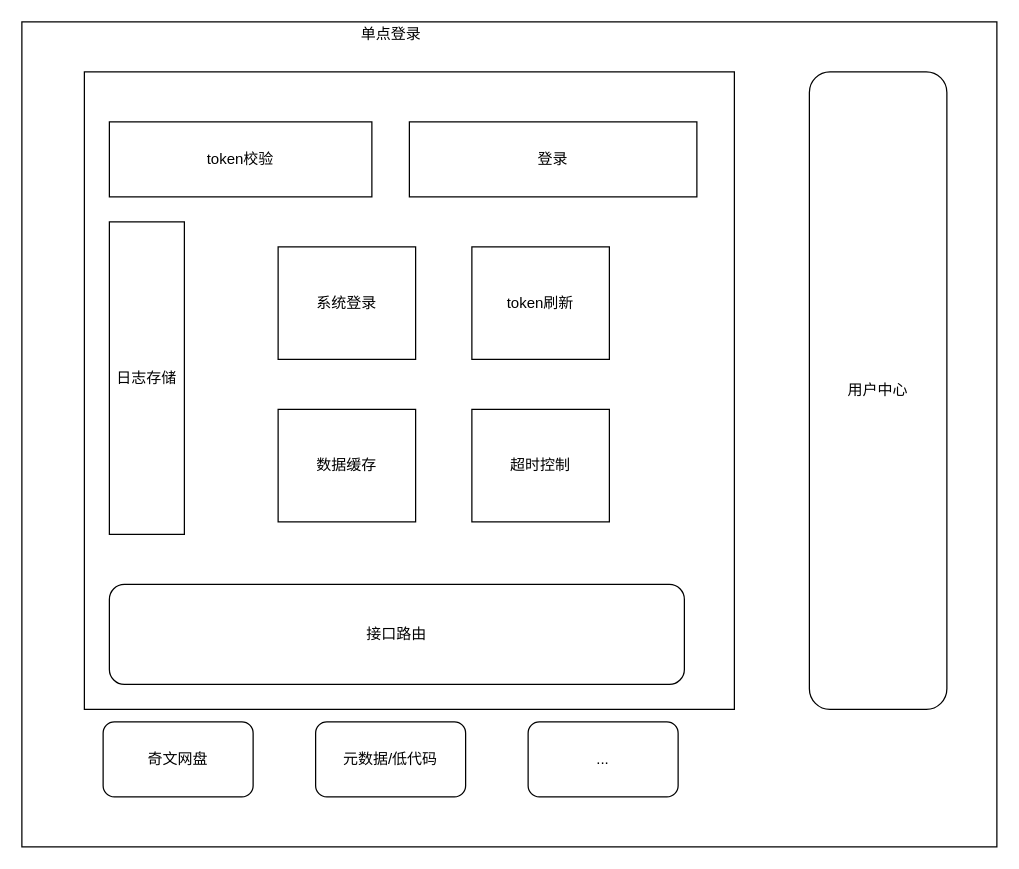
Above: 单点登录设计方案.drawio in xipeng156/drawio (draw.io), before the change. Source tidied: cells renumbered, new cells numbered last; positions are measured from the earlier drawing's top-left corner, leaving out a move shared by most shapes. Both pictures are drawn from the tidied source at 125%, with x=0, y=0 at pixel (21, 21).
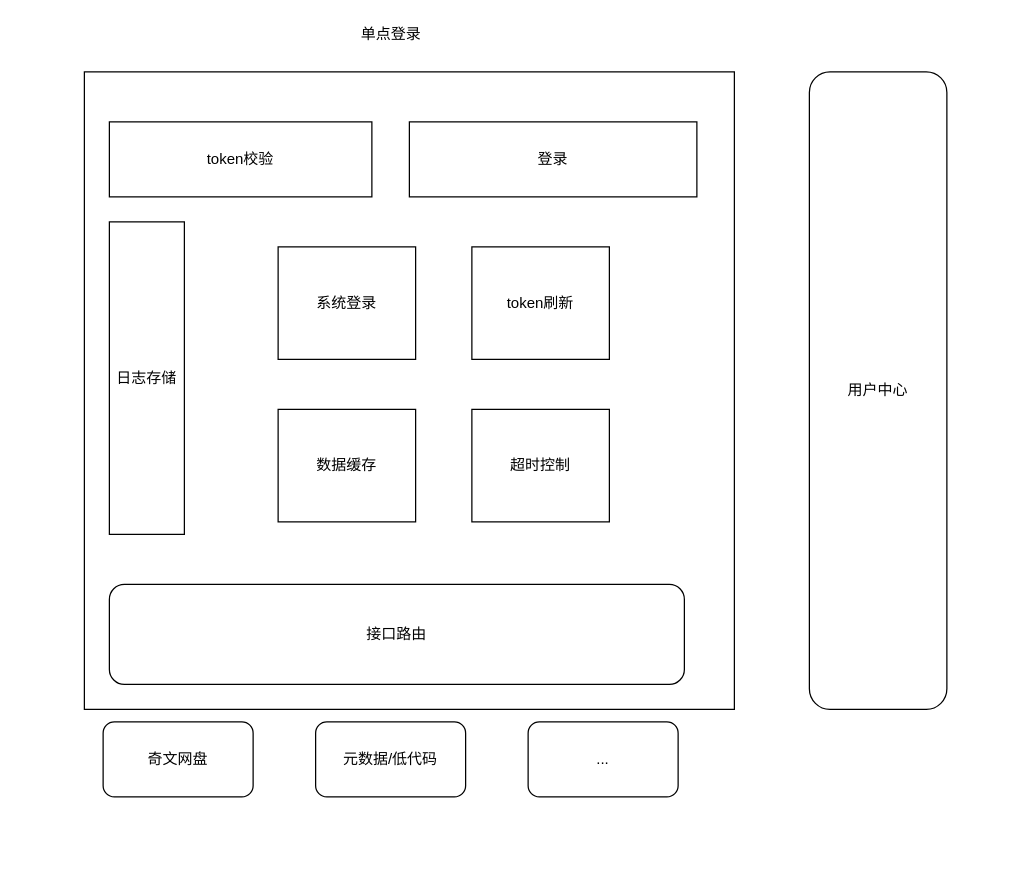
The same diagram, later.

The edit, as a diff of the source:
```diff
@@
 <mxGraphModel>
   <root>
     <mxCell id="0" />
     <mxCell id="1" parent="0" />
     <mxCell id="2" value="单点登录" style="text;html=1;align=center;verticalAlign=middle;strokeColor=none;" parent="1" vertex="1">
       <mxGeometry x="260" width="70" height="20" as="geometry" />
     </mxCell>
     <mxCell id="3" style="rounded=0;whiteSpace=wrap;html=1;" parent="1" vertex="1">
       <mxGeometry x="50" y="40" width="520" height="510" as="geometry" />
     </mxCell>
     <mxCell id="4" value="接口路由" style="rounded=1;whiteSpace=wrap;html=1;" parent="1" vertex="1">
       <mxGeometry x="70" y="450" width="460" height="80" as="geometry" />
     </mxCell>
     <mxCell id="5" value="token校验" style="rounded=0;whiteSpace=wrap;html=1;" parent="1" vertex="1">
       <mxGeometry x="70" y="80" width="210" height="60" as="geometry" />
     </mxCell>
     <mxCell id="6" value="登录" style="rounded=0;whiteSpace=wrap;html=1;" parent="1" vertex="1">
       <mxGeometry x="310" y="80" width="230" height="60" as="geometry" />
     </mxCell>
     <mxCell id="7" value="用户中心" style="rounded=1;whiteSpace=wrap;html=1;" parent="1" vertex="1">
       <mxGeometry x="630" y="40" width="110" height="510" as="geometry" />
     </mxCell>
     <mxCell id="8" value="数据缓存" style="rounded=0;whiteSpace=wrap;html=1;" parent="1" vertex="1">
       <mxGeometry x="205" y="310" width="110" height="90" as="geometry" />
     </mxCell>
     <mxCell id="9" value="日志存储" style="rounded=0;whiteSpace=wrap;html=1;" parent="1" vertex="1">
       <mxGeometry x="70" y="160" width="60" height="250" as="geometry" />
     </mxCell>
     <mxCell id="10" value="系统登录" style="rounded=0;whiteSpace=wrap;html=1;" parent="1" vertex="1">
       <mxGeometry x="205" y="180" width="110" height="90" as="geometry" />
     </mxCell>
     <mxCell id="11" value="超时控制" style="rounded=0;whiteSpace=wrap;html=1;" parent="1" vertex="1">
       <mxGeometry x="360" y="310" width="110" height="90" as="geometry" />
     </mxCell>
     <mxCell id="12" value="token刷新" style="rounded=0;whiteSpace=wrap;html=1;" parent="1" vertex="1">
       <mxGeometry x="360" y="180" width="110" height="90" as="geometry" />
     </mxCell>
     <mxCell id="13" value="奇文网盘" style="rounded=1;whiteSpace=wrap;html=1;" parent="1" vertex="1">
       <mxGeometry x="65" y="560" width="120" height="60" as="geometry" />
     </mxCell>
     <mxCell id="14" value="元数据/低代码" style="rounded=1;whiteSpace=wrap;html=1;" parent="1" vertex="1">
       <mxGeometry x="235" y="560" width="120" height="60" as="geometry" />
     </mxCell>
     <mxCell id="15" value="..." style="rounded=1;whiteSpace=wrap;html=1;" parent="1" vertex="1">
       <mxGeometry x="405" y="560" width="120" height="60" as="geometry" />
     </mxCell>
-    <mxCell id="16" style="rounded=0;whiteSpace=wrap;html=1;fillColor=none;" parent="1" vertex="1">
-      <mxGeometry width="780" height="660" as="geometry" />
-    </mxCell>
   </root>
 </mxGraphModel>
```
